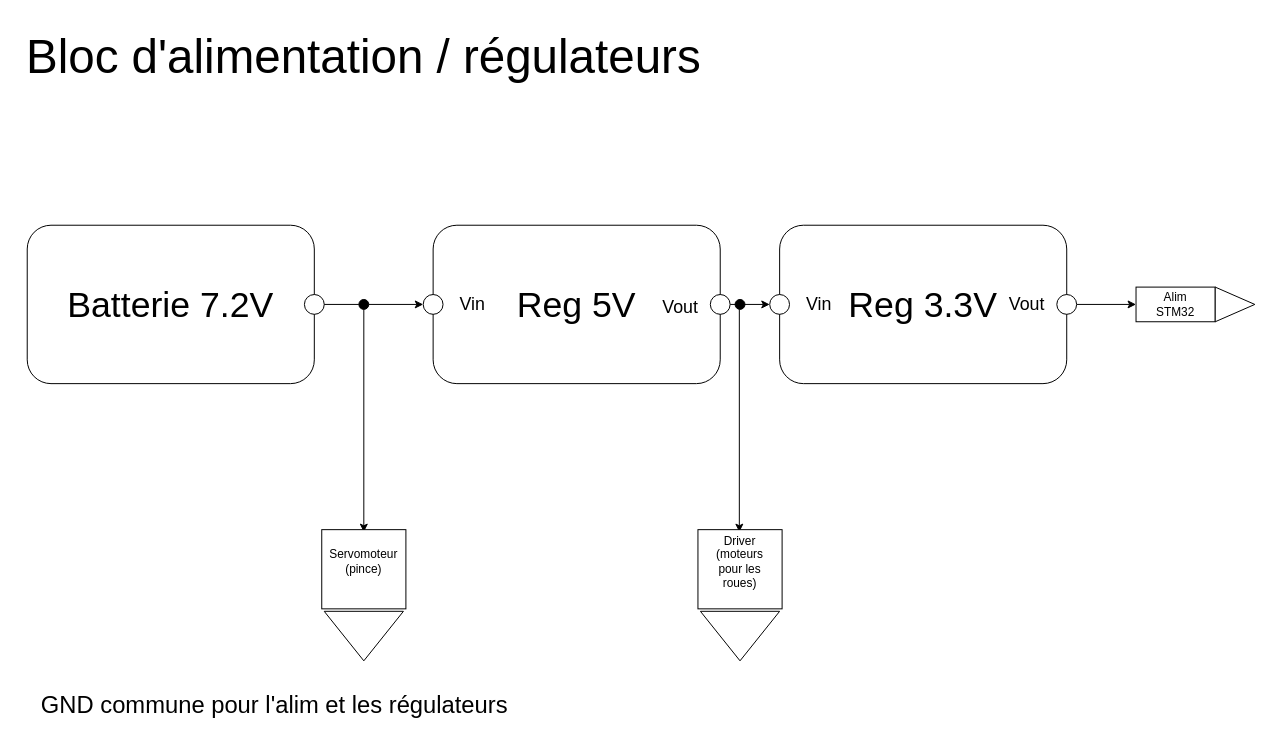
The draw.io diagram Electronics/System Diagram/src/SchemaArchitecturalAlim.drawio in SamiAsfary/Project_ESE, before the edit. Source tidied: cells renumbered, new cells numbered last; positions are measured from the earlier drawing's top-left corner, leaving out a move shared by most shapes. Both pictures are drawn from the tidied source at 99%, with x=0, y=0 at pixel (17, 17).
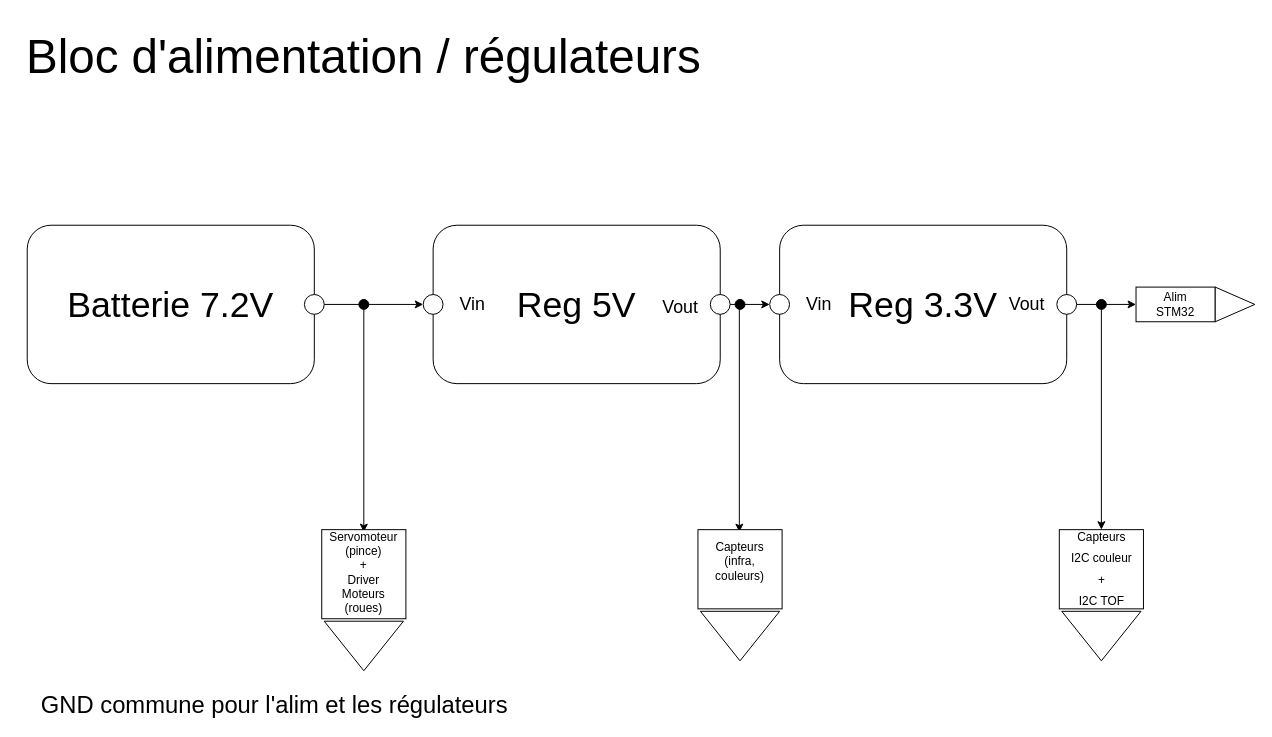
The same page after the edit.

The change refers to these unchanged cells:
```xml
<mxCell id="12" style="ellipse;whiteSpace=wrap;html=1;" parent="1" vertex="1">
  <mxGeometry x="1050" y="280" width="20" height="20" as="geometry" />
</mxCell>
<mxCell id="13" style="rounded=0;whiteSpace=wrap;html=1;" parent="1" vertex="1">
  <mxGeometry x="1130" y="272.5" width="80" height="35" as="geometry" />
</mxCell>
```

What changed in the source:
```diff
@@
-    <mxCell id="11" style="edgeStyle=orthogonalEdgeStyle;rounded=0;jettySize=auto;html=1;exitX=1;exitY=0.5;exitDx=0;exitDy=0;entryX=0;entryY=0.5;entryDx=0;entryDy=0;" parent="1" edge="1" source="12" target="13">
+    <mxCell id="11" style="edgeStyle=orthogonalEdgeStyle;rounded=0;jettySize=auto;html=1;exitX=1;exitY=0.5;exitDx=0;exitDy=0;entryX=0;entryY=0.5;entryDx=0;entryDy=0;startArrow=none;" parent="1" edge="1" source="41" target="13">
       <mxGeometry relative="1" as="geometry" />
     </mxCell>
@@
     <mxCell id="31" style="rounded=0;whiteSpace=wrap;html=1;rotation=90;" parent="1" vertex="1">
-      <mxGeometry x="310" y="515" width="80" height="85" as="geometry" />
+      <mxGeometry x="305" y="520" width="90" height="85" as="geometry" />
     </mxCell>
     <mxCell id="32" style="triangle;whiteSpace=wrap;html=1;direction=south;" parent="1" vertex="1">
-      <mxGeometry x="310" y="600" width="80" height="50" as="geometry" />
+      <mxGeometry x="310" y="610" width="80" height="50" as="geometry" />
     </mxCell>
-    <mxCell id="33" value="&lt;font style=&quot;font-size: 12px;&quot;&gt;Servomoteur&lt;br&gt;(pince)&lt;/font&gt;" style="text;html=1;strokeColor=none;fillColor=none;align=center;verticalAlign=middle;whiteSpace=wrap;rounded=0;" parent="1" vertex="1">
-      <mxGeometry x="320" y="535" width="60" height="30" as="geometry" />
+    <mxCell id="33" value="&lt;font style=&quot;font-size: 12px;&quot;&gt;Servomoteur&lt;br&gt;(pince)&lt;br&gt;+&lt;br&gt;Driver Moteurs&lt;br&gt;(roues)&lt;br&gt;&lt;/font&gt;" style="text;html=1;strokeColor=none;fillColor=none;align=center;verticalAlign=middle;whiteSpace=wrap;rounded=0;" parent="1" vertex="1">
+      <mxGeometry x="320" y="546" width="60" height="30" as="geometry" />
     </mxCell>
@@
-    <mxCell id="36" value="Driver&lt;br&gt;(moteurs pour les roues)" style="text;html=1;strokeColor=none;fillColor=none;align=center;verticalAlign=middle;whiteSpace=wrap;rounded=0;" parent="1" vertex="1">
+    <mxCell id="36" value="Capteurs&lt;br&gt;(infra, couleurs)" style="text;html=1;strokeColor=none;fillColor=none;align=center;verticalAlign=middle;whiteSpace=wrap;rounded=0;" parent="1" vertex="1">
       <mxGeometry x="700" y="535" width="60" height="30" as="geometry" />
     </mxCell>
@@
+    <mxCell id="38" style="rounded=0;whiteSpace=wrap;html=1;rotation=90;" parent="1" vertex="1">
+      <mxGeometry x="1055" y="515" width="80" height="85" as="geometry" />
+    </mxCell>
+    <mxCell id="39" style="triangle;whiteSpace=wrap;html=1;direction=south;" parent="1" vertex="1">
+      <mxGeometry x="1055" y="600" width="80" height="50" as="geometry" />
+    </mxCell>
+    <mxCell id="40" style="edgeStyle=orthogonalEdgeStyle;rounded=0;jettySize=auto;html=1;exitX=0.5;exitY=1;exitDx=0;exitDy=0;strokeColor=#000000;fontSize=18;entryX=0;entryY=0.5;entryDx=0;entryDy=0;" parent="1" edge="1" source="41" target="38">
+      <mxGeometry relative="1" as="geometry" />
+    </mxCell>
+    <mxCell id="41" style="ellipse;whiteSpace=wrap;html=1;fontSize=36;fillColor=#000000;" parent="1" vertex="1">
+      <mxGeometry x="1090" y="285" width="10" height="10" as="geometry" />
+    </mxCell>
+    <mxCell id="42" style="edgeStyle=orthogonalEdgeStyle;rounded=0;jettySize=auto;html=1;exitX=1;exitY=0.5;exitDx=0;exitDy=0;entryX=0;entryY=0.5;entryDx=0;entryDy=0;endArrow=none;" parent="1" edge="1" source="12" target="41">
+      <mxGeometry relative="1" as="geometry" />
+    </mxCell>
+    <mxCell id="43" value="&lt;font style=&quot;font-size: 12px;&quot;&gt;Capteurs&lt;br&gt;I2C couleur&lt;br&gt;+&lt;br&gt;I2C TOF&lt;br&gt;&lt;/font&gt;" style="text;html=1;strokeColor=none;fillColor=none;align=center;verticalAlign=middle;whiteSpace=wrap;rounded=0;fontSize=18;" parent="1" vertex="1">
+      <mxGeometry x="1052.5" y="540.5" width="85" height="30" as="geometry" />
+    </mxCell>
```
